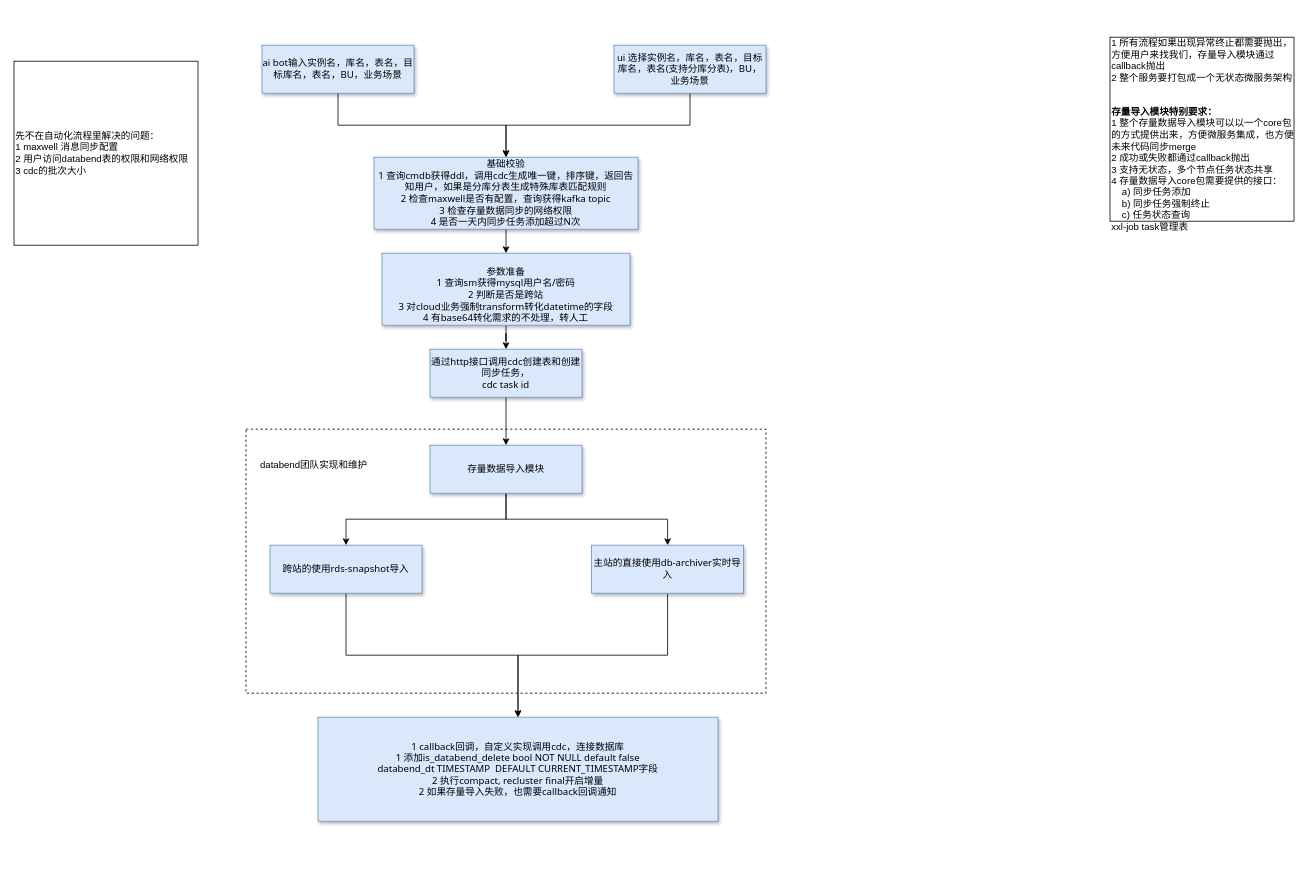
This is doc/databend自动化数据导入流程.drawio from jackjoesh/databend, a draw.io file, before an edit. Source tidied: cells renumbered, new cells numbered last; positions are measured from the earlier drawing's top-left corner, leaving out a move shared by most shapes. Both pictures are drawn from the tidied source at 80%, with x=0, y=0 at pixel (14, 37).
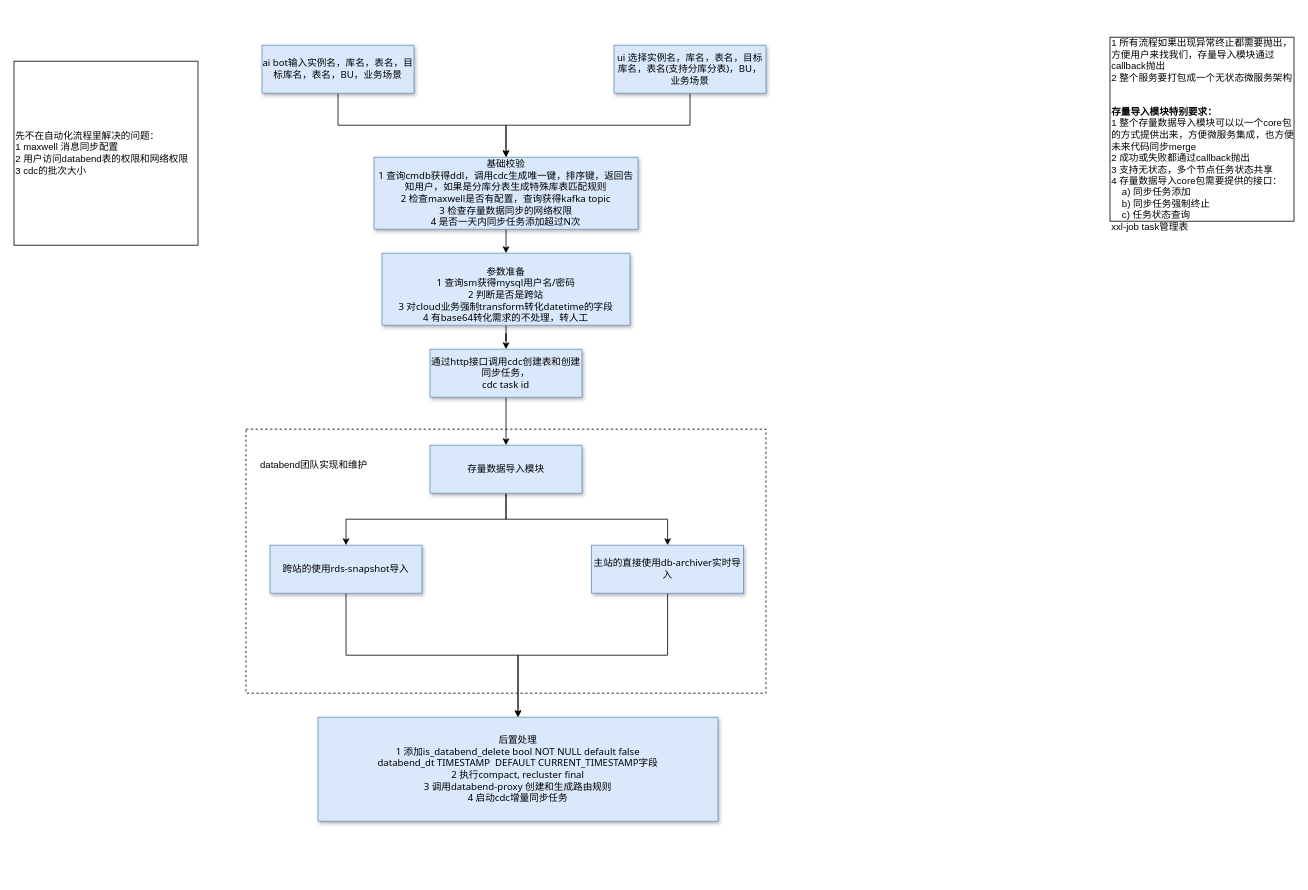
The same page after the edit.

Commit message:
更新databend自动化数据导入流程.drawio

What changed in the source:
```diff
@@
-    <mxCell id="16" value="1 callback回调，自定义实现调用cdc，连接数据库&lt;br&gt;1 添加&lt;span style=&quot;background-color: transparent;&quot;&gt;is_databend_delete bool NOT NULL default false&lt;/span&gt;&lt;div&gt;databend_dt TIMESTAMP&amp;nbsp; DEFAULT CURRENT_TIMESTAMP字段&lt;br&gt;2 执行compact, recluster final&lt;span style=&quot;background-color: transparent; color: light-dark(rgb(0, 0, 0), rgb(255, 255, 255));&quot;&gt;开启增量&lt;/span&gt;&lt;/div&gt;&lt;div&gt;&lt;div&gt;2 如果存量导入失败，也需要&lt;span style=&quot;background-color: transparent; color: light-dark(rgb(0, 0, 0), rgb(255, 255, 255));&quot;&gt;callback回调通知&lt;/span&gt;&lt;/div&gt;&lt;/div&gt;" style="rounded=0;whiteSpace=wrap;html=1;fillColor=#dae8fc;strokeColor=#6c8ebf;shadow=1;fontFamily=Tahoma;" parent="1" vertex="1">
+    <mxCell id="16" value="后置处理&lt;br&gt;1 添加&lt;span style=&quot;background-color: transparent;&quot;&gt;is_databend_delete bool NOT NULL default false&lt;/span&gt;&lt;div&gt;databend_dt TIMESTAMP&amp;nbsp; DEFAULT CURRENT_TIMESTAMP字段&lt;br&gt;2 执行compact, recluster final&lt;/div&gt;&lt;div&gt;3 调用databend-proxy 创建和生成路由规则&lt;/div&gt;&lt;div&gt;4 启动cdc增量同步任务&lt;/div&gt;" style="rounded=0;whiteSpace=wrap;html=1;fillColor=#dae8fc;strokeColor=#6c8ebf;shadow=1;fontFamily=Tahoma;" parent="1" vertex="1">
       <mxGeometry x="380" y="850" width="500" height="130" as="geometry" />
     </mxCell>
```
